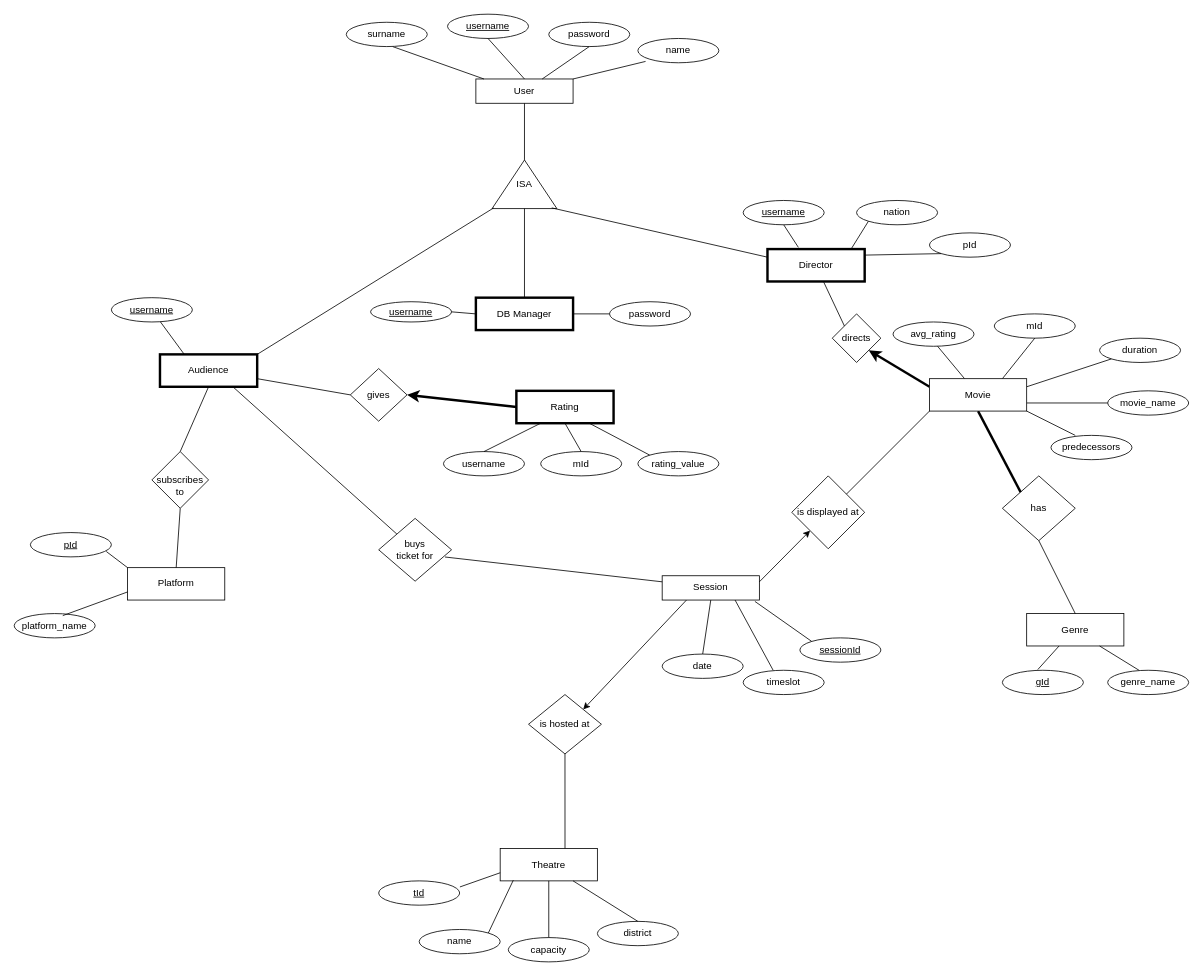
OnurKlc/draw.io_files keeps this draw.io diagram as movies-er.drawio. Above is the earlier version. Source tidied: cells renumbered, new cells numbered last; positions are measured from the earlier drawing's top-left corner, leaving out a move shared by most shapes. Both pictures are drawn from the tidied source at 81%, with x=0, y=0 at pixel (14, 14).
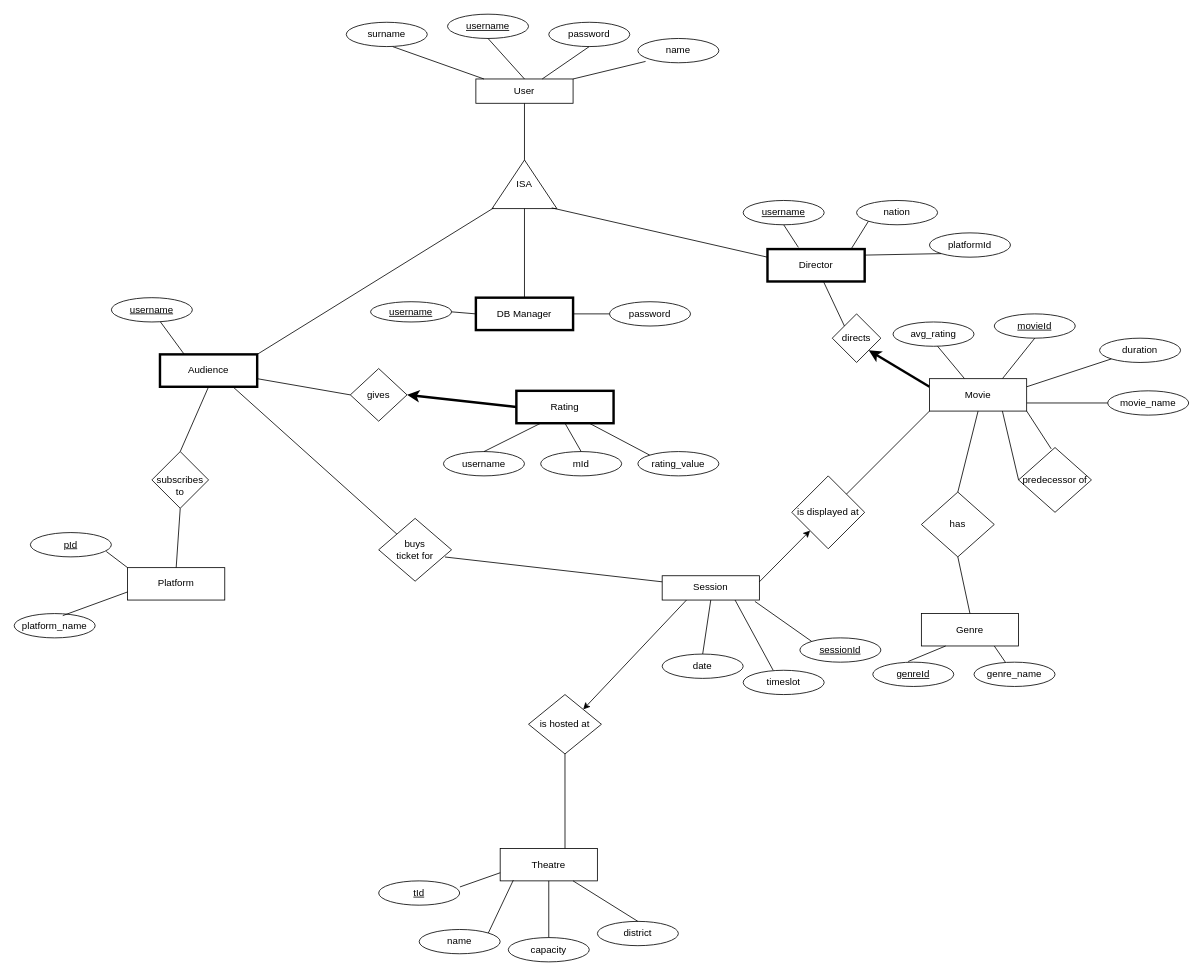
The same page after the edit.

Unchanged cells that the change refers to:
```xml
<mxCell id="81" value="Movie" style="rounded=0;whiteSpace=wrap;html=1;" parent="1" vertex="1">
  <mxGeometry x="1130" y="450" width="120" height="40" as="geometry" />
</mxCell>
```

Diff of the diagram source:
```diff
@@
-    <mxCell id="21" value="pId" style="ellipse;whiteSpace=wrap;html=1;" parent="1" vertex="1">
+    <mxCell id="21" value="platformId" style="ellipse;whiteSpace=wrap;html=1;" parent="1" vertex="1">
       <mxGeometry x="1130" y="270" width="100" height="30" as="geometry" />
     </mxCell>
@@
-    <mxCell id="29" value="mId" style="ellipse;whiteSpace=wrap;html=1;" parent="1" vertex="1">
+    <mxCell id="29" value="&lt;u&gt;movieId&lt;/u&gt;" style="ellipse;whiteSpace=wrap;html=1;" parent="1" vertex="1">
       <mxGeometry x="1210" y="370" width="100" height="30" as="geometry" />
     </mxCell>
@@
     <mxCell id="60" value="Genre" style="rounded=0;whiteSpace=wrap;html=1;" parent="1" vertex="1">
-      <mxGeometry x="1250" y="740" width="120" height="40" as="geometry" />
+      <mxGeometry x="1120" y="740" width="120" height="40" as="geometry" />
     </mxCell>
     <mxCell id="61" value="has" style="rhombus;whiteSpace=wrap;html=1;" parent="1" vertex="1">
-      <mxGeometry x="1220" y="570" width="90" height="80" as="geometry" />
+      <mxGeometry x="1120" y="590" width="90" height="80" as="geometry" />
     </mxCell>
-    <mxCell id="62" style="endArrow=none;html=1;rounded=0;entryX=0;entryY=0;entryDx=0;entryDy=0;exitX=0.5;exitY=1;exitDx=0;exitDy=0;strokeWidth=3;" parent="1" edge="1" source="81" target="61">
+    <mxCell id="62" style="endArrow=none;html=1;rounded=0;entryX=0.5;entryY=0;entryDx=0;entryDy=0;exitX=0.5;exitY=1;exitDx=0;exitDy=0;strokeWidth=1;" parent="1" edge="1" source="81" target="61">
       <mxGeometry relative="1" as="geometry" />
     </mxCell>
@@
-    <mxCell id="64" value="&lt;u&gt;gId&lt;/u&gt;" style="ellipse;whiteSpace=wrap;html=1;" parent="1" vertex="1">
-      <mxGeometry x="1220" y="810" width="100" height="30" as="geometry" />
+    <mxCell id="64" value="&lt;u&gt;genreId&lt;/u&gt;" style="ellipse;whiteSpace=wrap;html=1;" parent="1" vertex="1">
+      <mxGeometry x="1060" y="800" width="100" height="30" as="geometry" />
     </mxCell>
-    <mxCell id="65" style="endArrow=none;html=1;rounded=0;entryX=0.437;entryY=-0.028;entryDx=0;entryDy=0;entryPerimeter=0;" parent="1" edge="1" target="64">
-      <mxGeometry relative="1" as="geometry">
-        <mxPoint x="1290" y="780" as="sourcePoint" />
-      </mxGeometry>
+    <mxCell id="65" style="endArrow=none;html=1;rounded=0;entryX=0.437;entryY=-0.028;entryDx=0;entryDy=0;entryPerimeter=0;exitX=0.25;exitY=1;exitDx=0;exitDy=0;" parent="1" edge="1" source="60" target="64">
+      <mxGeometry relative="1" as="geometry" />
     </mxCell>
@@
     <mxCell id="78" value="genre_name" style="ellipse;whiteSpace=wrap;html=1;" parent="1" vertex="1">
-      <mxGeometry x="1350" y="810" width="100" height="30" as="geometry" />
+      <mxGeometry x="1185" y="800" width="100" height="30" as="geometry" />
     </mxCell>
@@
-    <mxCell id="82" value="predecessors" style="ellipse;whiteSpace=wrap;html=1;" parent="1" vertex="1">
-      <mxGeometry x="1280" y="520" width="100" height="30" as="geometry" />
-    </mxCell>
-    <mxCell id="83" style="endArrow=none;html=1;rounded=0;entryX=0.3;entryY=0;entryDx=0;entryDy=0;exitX=1;exitY=1;exitDx=0;exitDy=0;entryPerimeter=0;" parent="1" edge="1" source="81" target="82">
+    <mxCell id="83" style="endArrow=none;html=1;rounded=0;entryX=0.448;entryY=0.021;entryDx=0;entryDy=0;exitX=1;exitY=1;exitDx=0;exitDy=0;entryPerimeter=0;" parent="1" edge="1" source="81" target="96">
       <mxGeometry relative="1" as="geometry" />
     </mxCell>
@@
+    <mxCell id="96" value="predecessor of" style="rhombus;whiteSpace=wrap;html=1;" parent="1" vertex="1">
+      <mxGeometry x="1240" y="535" width="90" height="80" as="geometry" />
+    </mxCell>
+    <mxCell id="97" style="endArrow=none;html=1;rounded=0;entryX=0;entryY=0.5;entryDx=0;entryDy=0;exitX=0.75;exitY=1;exitDx=0;exitDy=0;" parent="1" edge="1" source="81" target="96">
+      <mxGeometry relative="1" as="geometry" />
+    </mxCell>
```
